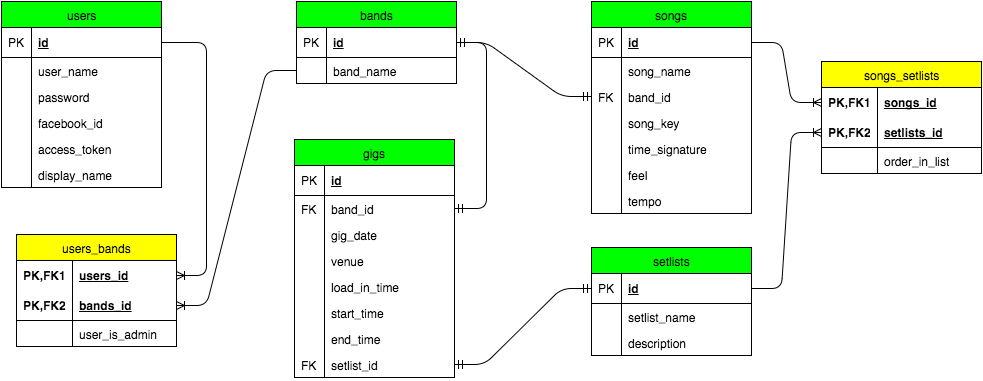
Above: database schema.png in Jmedders/q2project (draw.io), before the change. Source tidied: cells renumbered, new cells last; positions are measured from the earlier drawing's top-left corner, leaving out a move shared by most shapes.
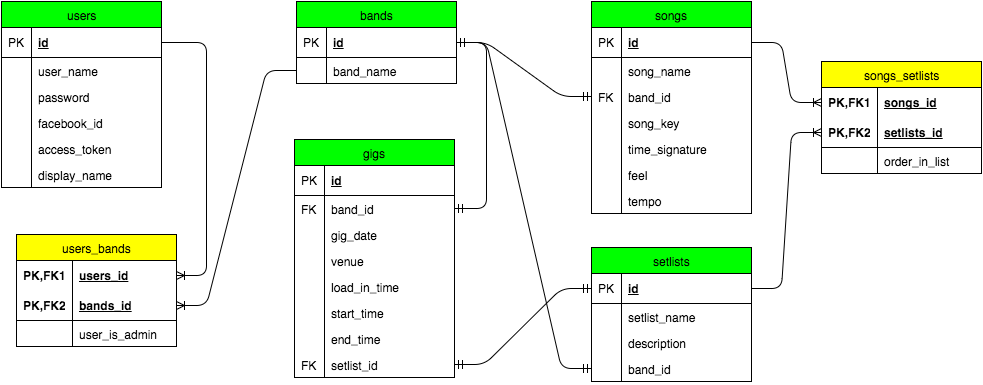
After the change.

Commit message:
Updated database schema diagram

The edit, as a diff of the source:
```diff
@@ -129,7 +129,7 @@
       <mxGeometry width="30" height="26" as="geometry" />
     </mxCell>
     <mxCell id="44" value="setlists" style="swimlane;html=1;fontStyle=0;horizontal=1;startSize=26;fillColor=#00FF00;swimlaneFillColor=#ffffff;align=center;" parent="1" vertex="1">
-      <mxGeometry x="590" y="246" width="160" height="108" as="geometry" />
+      <mxGeometry x="590" y="246" width="160" height="134" as="geometry" />
     </mxCell>
     <mxCell id="45" value="id" style="shape=partialRectangle;top=0;left=0;right=0;bottom=1;html=1;align=left;verticalAlign=middle;fillColor=none;spacingLeft=34;spacingRight=4;whiteSpace=wrap;overflow=hidden;points=[[0,0.5],[1,0.5]];portConstraint=eastwest;fontStyle=5;" parent="44" vertex="1">
       <mxGeometry y="26" width="160" height="30" as="geometry" />
@@ -149,6 +149,12 @@
     <mxCell id="50" style="shape=partialRectangle;top=0;left=0;bottom=0;html=1;fillColor=none;align=left;verticalAlign=top;spacingLeft=4;spacingRight=4;whiteSpace=wrap;overflow=hidden;" parent="49" vertex="1">
       <mxGeometry width="30" height="26" as="geometry" />
     </mxCell>
+    <mxCell id="80" value="band_id" style="shape=partialRectangle;top=0;left=0;right=0;bottom=0;html=1;align=left;verticalAlign=top;fillColor=none;spacingLeft=34;spacingRight=4;whiteSpace=wrap;overflow=hidden;points=[[0,0.5],[1,0.5]];portConstraint=eastwest;" parent="44" vertex="1">
+      <mxGeometry y="108" width="160" height="26" as="geometry" />
+    </mxCell>
+    <mxCell id="81" style="shape=partialRectangle;top=0;left=0;bottom=0;html=1;fillColor=none;align=left;verticalAlign=top;spacingLeft=4;spacingRight=4;whiteSpace=wrap;overflow=hidden;" parent="80" vertex="1">
+      <mxGeometry width="30" height="26" as="geometry" />
+    </mxCell>
     <mxCell id="51" value="songs_setlists" style="swimlane;html=1;fontStyle=0;horizontal=1;startSize=26;fillColor=#FFFF00;swimlaneFillColor=#ffffff;align=center;" parent="1" vertex="1">
       <mxGeometry x="820" y="60" width="160" height="112" as="geometry" />
     </mxCell>
@@ -236,5 +242,8 @@
     <mxCell id="79" style="edgeStyle=entityRelationEdgeStyle;html=1;endArrow=ERmandOne;startArrow=ERmandOne;strokeColor=#000000;" parent="1" edge="1" source="76" target="45">
       <mxGeometry relative="1" as="geometry" />
     </mxCell>
+    <mxCell id="82" style="edgeStyle=entityRelationEdgeStyle;html=1;endArrow=ERmandOne;startArrow=ERmandOne;strokeColor=#000000;" parent="1" edge="1" source="3" target="80">
+      <mxGeometry relative="1" as="geometry" />
+    </mxCell>
   </root>
 </mxGraphModel>
```
